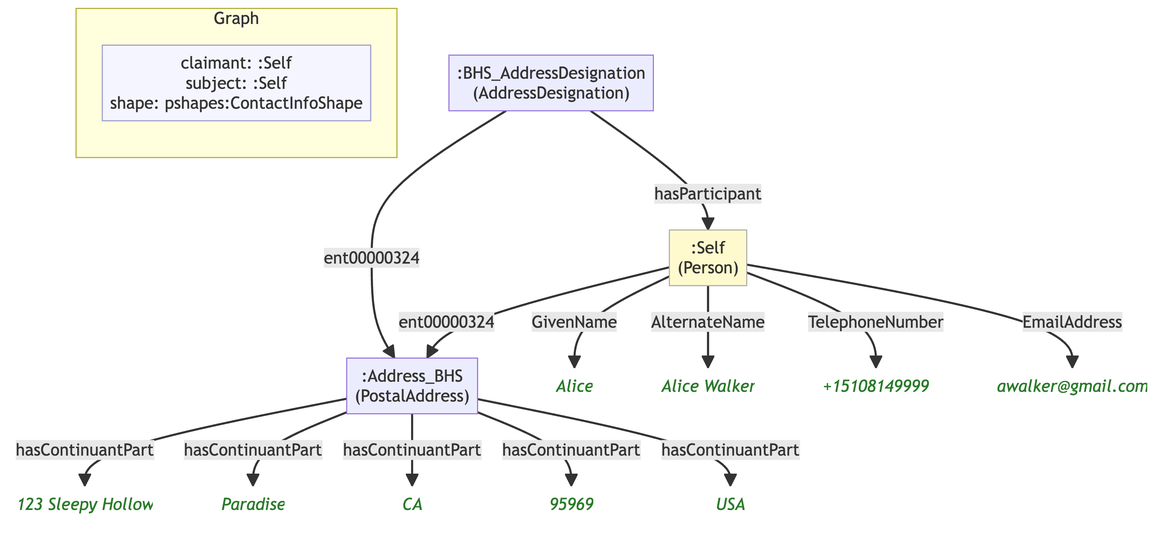
Before: example/graphs/images/graph-14.png, a diagram exported from Mermaid (MeeFoundation/mia-ontologies). Its source is kept beside it as example/graphs/images/graph-14.mmd.
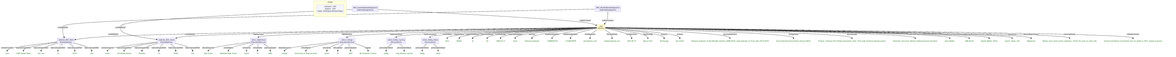
Above is the later version.

What changed in the source:
```diff
@@ -7,31 +7,132 @@
 
     subgraph ctx["Graph"]
         direction LR
-        ctx_meta["claimant: :Self\nsubject: :Self\nshape: pshapes:ContactInfoShape"]:::meta
+        ctx_meta["claimant: :Self\nsubject: :Self\nshape: bhsshapes:MemberShape"]:::meta
     end
 
-    n83041f53e81b[":Address_BHS\n(PostalAddress)"]
-    n15598f3e4334("123 Sleepy Hollow"):::lit
-    nc2d959bd961b("Paradise"):::lit
-    nc0a5ebb88ab9("CA"):::lit
-    n922a4448866e("95969"):::lit
-    nc5b05af1bd08("USA"):::lit
-    n671ed2c2e917[":BHS_AddressDesignation\n(AddressDesignation)"]
+    n5ccf7b91c511[":Address_BHS_Home\n(PostalAddress)"]
+    n659dde4aa27a("home"):::lit
+    n571644399880("123 Sleepy Hollow"):::lit
+    n8ae0d69e0fbd("Paradise"):::lit
+    ned134f9e5d64("CA"):::lit
+    n37a4b7943888("95969"):::lit
+    na9592a4a1ff5("USA"):::lit
+    n825c1a4e8cba[":Address_BHS_Work\n(PostalAddress)"]
+    nf2f7bd0253f1("work"):::lit
+    n1b489618487e("2200 Zanker Road"):::lit
+    nd172d94fe154("San Jose"):::lit
+    na219b4b1066d("CA"):::lit
+    n3859dd2528d3("95131"):::lit
+    n60b7bc9dc9e1("USA"):::lit
+    n30a04b46d07b[":Alice_College\n(EducationRecord)"]
+    ncb02a12a76ea("college"):::lit
+    ne73e61a91de5("University of Texas at Austin"):::lit
+    nef455ec20fb8("Austin"):::lit
+    n16baaef8313a("TX"):::lit
+    n624ea64690fa("2007"):::lit
+    n30f5222e16d1("BS Computer Science"):::lit
+    n29e56b707ad6[":Alice_HighSchool\n(EducationRecord)"]
+    n1c67c2ed423b("high school"):::lit
+    ne267305d56fb("Westlake High School"):::lit
+    nb6331df50c6f("Austin"):::lit
+    ne790500f6289("TX"):::lit
+    n9b664055591b("2003"):::lit
+    n9865ab682a27[":Alice_Hobby_Cycling\n(PersonalInfo)"]
+    n7f91bb0e0a34("hobby"):::lit
+    nd0b34917cb63("long-distance cycling"):::lit
+    n226301fd3a2a[":Alice_Hobby_Piano\n(PersonalInfo)"]
+    n39c08edf42c2("hobby"):::lit
+    n612ec955b2e0("piano"):::lit
+    n2c30be919c0b[":BHS_HomeAddressDesignation\n(AddressDesignation)"]
     n655e442e50be[":Self\n(Person)"]:::person
-    n34aebc63e25c("Alice"):::lit
-    n42a16703c60a("Alice Walker"):::lit
-    n32d772bbf9c3("+15108149999"):::lit
-    n8ef53930730b("awalker@gmail.com"):::lit
+    nd0c0385d3d6a[":BHS_WorkAddressDesignation\n(AddressDesignation)"]
+    n35f48e2eaceb("Alice"):::lit
+    n2c5437b88d51("Walker"):::lit
+    n5c39d26a75b9("M"):::lit
+    n1d193962300f("Ali"):::lit
+    n8d0051cc7100("1985-03-12"):::lit
+    n38898cce72a3("Acme"):::lit
+    na6c99b32c440("Software Engineer"):::lit
+    n2ca47a03a79a("+14085550143"):::lit
+    n2c064083d54c("+15108149999"):::lit
+    n089f70a92f64("alice@acme.com"):::lit
+    n945fe099b468("awalker@gmail.com"):::lit
+    ne1b0e20acff3("2021-09-15"):::lit
+    n45143c560d95("Marcy Chen"):::lit
+    n9c9f515ca54c("Technology"):::lit
+    nf51583c21e7e("Non-Profit"):::lit
+    na26a53a5aed2("Software engineer at Northbridge Systems (2008-2014); staff engineer at Vireo Labs (2014-2019)."):::lit
+    n44c533604ef8("Acme Engineering Excellence Award (2023)."):::lit
+    n852eec8bb3e4("Present: Chestnut Hill Village Association. Past: Vireo Labs technical advisory board."):::lit
+    n741c78f33b7b("Volunteer instructor, Boston Coding Outreach (present)."):::lit
+    n5a6ee6292ce8("Dave Walker"):::lit
+    nc73d4b9f96e9("1983-06-04"):::lit
+    n0aed1d144e57("Sophia Walker (2012)"):::lit
+    n7d909cf5a1b1("Austin, Texas, USA"):::lit
+    n76bb7b476f6d("Vegetarian"):::lit
+    nfc7de65c8fba("Mentor more early-career engineers. Finish the coast-to-coast ride."):::lit
+    n03ba7cb21a60("Cycled from Boston to Portland over six weeks in 2019, mostly on gravel."):::lit
 
-    n83041f53e81b -->|"hasContinuantPart"| n15598f3e4334
-    n83041f53e81b -->|"hasContinuantPart"| nc2d959bd961b
-    n83041f53e81b -->|"hasContinuantPart"| nc0a5ebb88ab9
-    n83041f53e81b -->|"hasContinuantPart"| n922a4448866e
-    n83041f53e81b -->|"hasContinuantPart"| nc5b05af1bd08
-    n671ed2c2e917 -->|"hasParticipant"| n655e442e50be
-    n671ed2c2e917 -->|"ent00000324"| n83041f53e81b
-    n655e442e50be -->|"GivenName"| n34aebc63e25c
-    n655e442e50be -->|"AlternateName"| n42a16703c60a
-    n655e442e50be -->|"TelephoneNumber"| n32d772bbf9c3
-    n655e442e50be -->|"EmailAddress"| n8ef53930730b
-    n655e442e50be -->|"ent00000324"| n83041f53e81b
+    n5ccf7b91c511 -->|"contactContext"| n659dde4aa27a
+    n5ccf7b91c511 -->|"hasContinuantPart"| n571644399880
+    n5ccf7b91c511 -->|"hasContinuantPart"| n8ae0d69e0fbd
+    n5ccf7b91c511 -->|"hasContinuantPart"| ned134f9e5d64
+    n5ccf7b91c511 -->|"hasContinuantPart"| n37a4b7943888
+    n5ccf7b91c511 -->|"hasContinuantPart"| na9592a4a1ff5
+    n825c1a4e8cba -->|"contactContext"| nf2f7bd0253f1
+    n825c1a4e8cba -->|"hasContinuantPart"| n1b489618487e
+    n825c1a4e8cba -->|"hasContinuantPart"| nd172d94fe154
+    n825c1a4e8cba -->|"hasContinuantPart"| na219b4b1066d
+    n825c1a4e8cba -->|"hasContinuantPart"| n3859dd2528d3
+    n825c1a4e8cba -->|"hasContinuantPart"| n60b7bc9dc9e1
+    n30a04b46d07b -->|"educationLevel"| ncb02a12a76ea
+    n30a04b46d07b -->|"schoolName"| ne73e61a91de5
+    n30a04b46d07b -->|"schoolCity"| nef455ec20fb8
+    n30a04b46d07b -->|"schoolState"| n16baaef8313a
+    n30a04b46d07b -->|"yearGraduated"| n624ea64690fa
+    n30a04b46d07b -->|"degree"| n30f5222e16d1
+    n29e56b707ad6 -->|"educationLevel"| n1c67c2ed423b
+    n29e56b707ad6 -->|"schoolName"| ne267305d56fb
+    n29e56b707ad6 -->|"schoolCity"| nb6331df50c6f
+    n29e56b707ad6 -->|"schoolState"| ne790500f6289
+    n29e56b707ad6 -->|"yearGraduated"| n9b664055591b
+    n9865ab682a27 -->|"personalInfoKind"| n7f91bb0e0a34
+    n9865ab682a27 -->|"personalInfoValue"| nd0b34917cb63
+    n226301fd3a2a -->|"personalInfoKind"| n39c08edf42c2
+    n226301fd3a2a -->|"personalInfoValue"| n612ec955b2e0
+    n2c30be919c0b -->|"hasParticipant"| n655e442e50be
+    n2c30be919c0b -->|"ent00000324"| n5ccf7b91c511
+    nd0c0385d3d6a -->|"hasParticipant"| n655e442e50be
+    nd0c0385d3d6a -->|"ent00000324"| n825c1a4e8cba
+    n655e442e50be -->|"GivenName"| n35f48e2eaceb
+    n655e442e50be -->|"FamilyName"| n2c5437b88d51
+    n655e442e50be -->|"AdditionalName"| n5c39d26a75b9
+    n655e442e50be -->|"AlternateName"| n1d193962300f
+    n655e442e50be -->|"ent00000046"| n8d0051cc7100
+    n655e442e50be -->|"OrganizationName"| n38898cce72a3
+    n655e442e50be -->|"JobTitle"| na6c99b32c440
+    n655e442e50be -->|"TelephoneNumber"| n2ca47a03a79a
+    n655e442e50be -->|"TelephoneNumber"| n2c064083d54c
+    n655e442e50be -->|"EmailAddress"| n089f70a92f64
+    n655e442e50be -->|"EmailAddress"| n945fe099b468
+    n655e442e50be -->|"ent00000324"| n825c1a4e8cba
+    n655e442e50be -->|"ent00000324"| n5ccf7b91c511
+    n655e442e50be -->|"memberSince"| ne1b0e20acff3
+    n655e442e50be -->|"sponsoredBy"| n45143c560d95
+    n655e442e50be -->|"industry"| n9c9f515ca54c
+    n655e442e50be -->|"industry"| nf51583c21e7e
+    n655e442e50be -->|"hasEducation"| n29e56b707ad6
+    n655e442e50be -->|"hasEducation"| n30a04b46d07b
+    n655e442e50be -->|"previousPositions"| na26a53a5aed2
+    n655e442e50be -->|"recognitions"| n44c533604ef8
+    n655e442e50be -->|"directorships"| n852eec8bb3e4
+    n655e442e50be -->|"nonProfitPositions"| n741c78f33b7b
+    n655e442e50be -->|"spousePartnerName"| n5a6ee6292ce8
+    n655e442e50be -->|"spousePartnerBirthDate"| nc73d4b9f96e9
+    n655e442e50be -->|"family"| n0aed1d144e57
+    n655e442e50be -->|"hometown"| n7d909cf5a1b1
+    n655e442e50be -->|"dietaryRestrictions"| n76bb7b476f6d
+    n655e442e50be -->|"personalGoals"| nfc7de65c8fba
+    n655e442e50be -->|"lifeExperiences"| n03ba7cb21a60
+    n655e442e50be -->|"hasPersonalInfo"| n9865ab682a27
+    n655e442e50be -->|"hasPersonalInfo"| n226301fd3a2a
```
